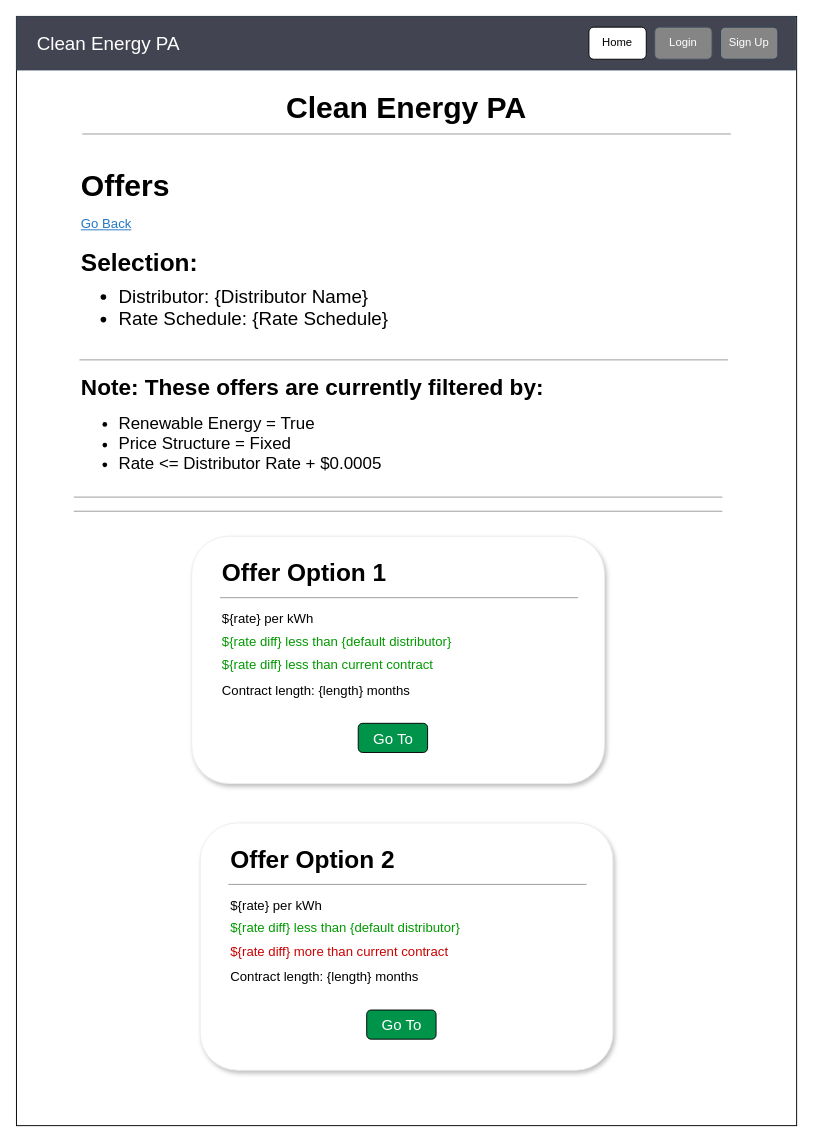
PSUCapstone2023-Group1/Clean-Energy-PA keeps this draw.io diagram as page "Results" (7 of 8) of documentation/diagrams/Wireframes.drawio. Above is the earlier version. Source tidied: cells renumbered, new cells numbered last; positions are measured from the earlier drawing's top-left corner, leaving out a move shared by most shapes. Both pictures are drawn from the tidied source at 94%, with x=0, y=0 at pixel (16, 16).
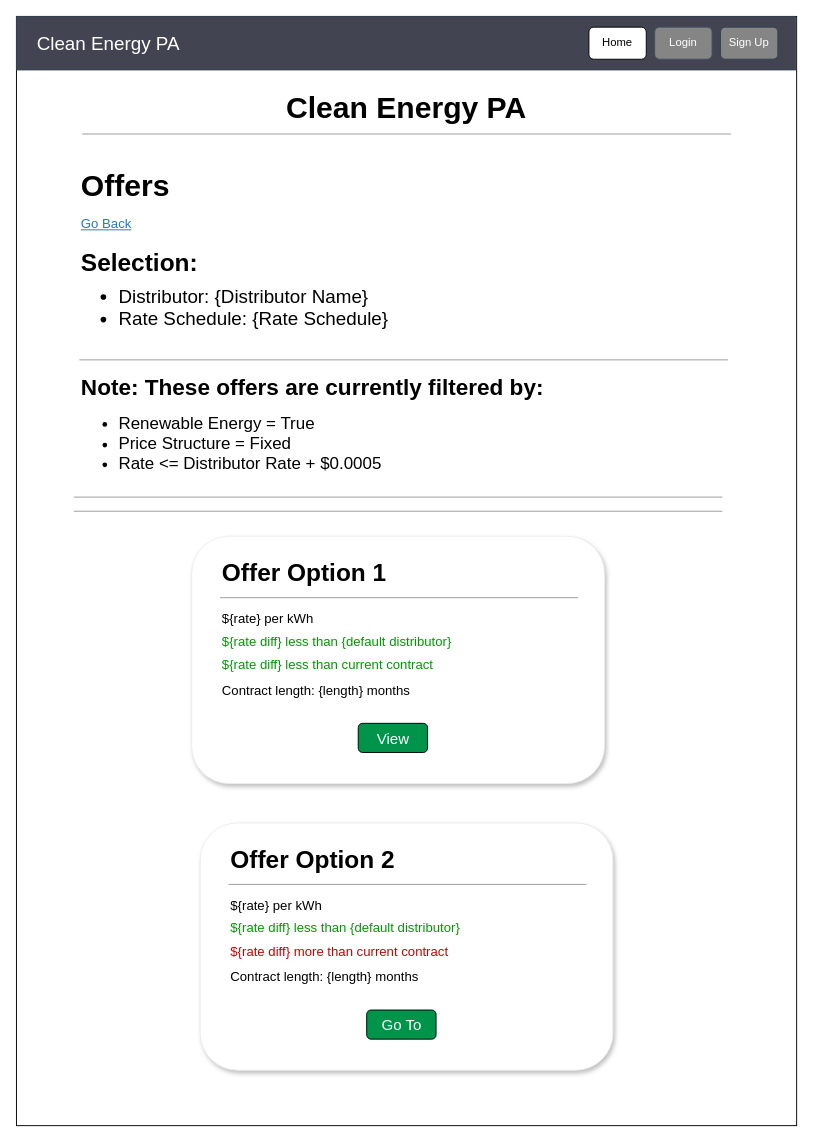
After the change.

The change refers to these unchanged cells:
```xml
<mxCell id="19" style="group;" parent="4" vertex="1">
  <mxGeometry x="186.5" y="553" width="439" height="263" as="geometry" />
</mxCell>
```

Diff of the diagram source:
```diff
@@
-    <mxCell id="27" value="Go To" style="rounded=1;whiteSpace=wrap;html=1;fillColor=#00944A;fontColor=#FFFFFF;fontSize=16;" parent="19" vertex="1">
+    <mxCell id="27" value="View" style="rounded=1;whiteSpace=wrap;html=1;fillColor=#00944A;fontColor=#FFFFFF;fontSize=16;" parent="19" vertex="1">
       <mxGeometry x="177.1" y="199" width="73.8" height="31" as="geometry" />
     </mxCell>
```
